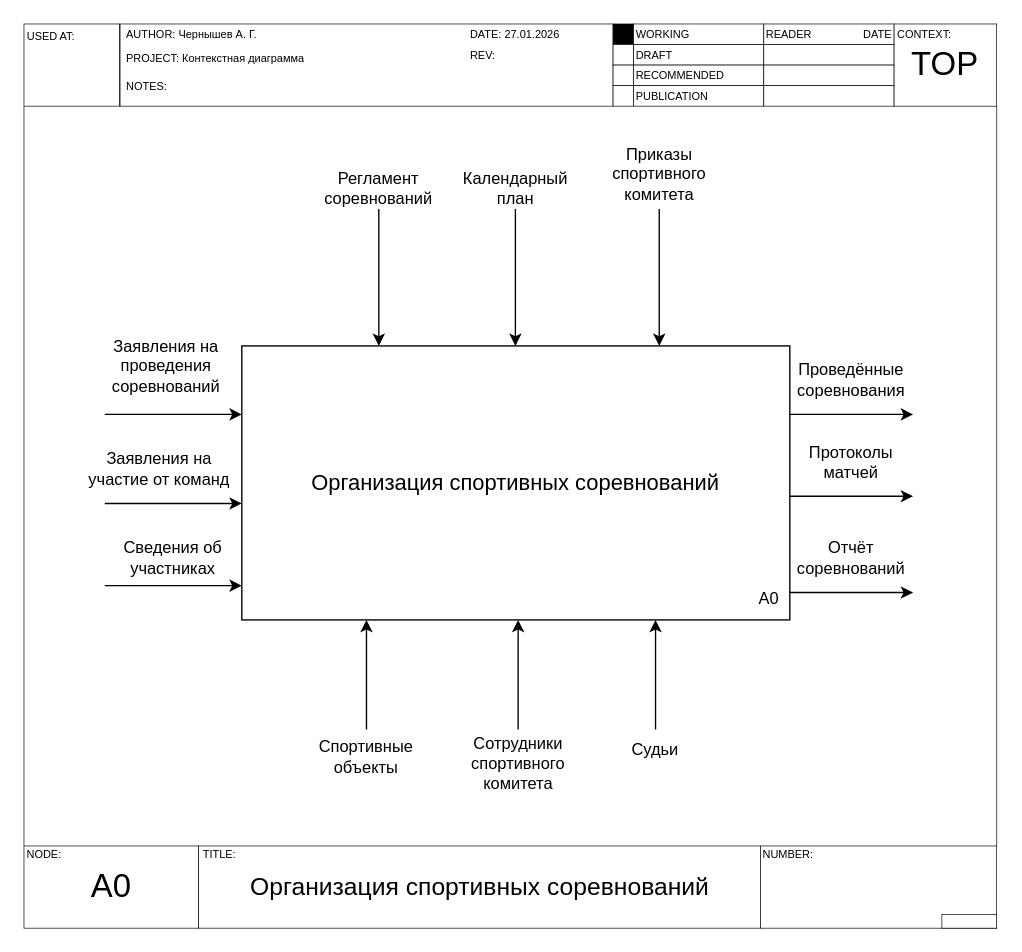
The draw.io diagram page "Контекстная" (1 of 9) of Диаграммы ИС «Спортивный комитет».drawio in antonch985/Education, before the edit. Source tidied: cells renumbered, new cells numbered last; positions are measured from the earlier drawing's top-left corner, leaving out a move shared by most shapes. Both pictures are drawn from the tidied source at 137%, with x=0, y=0 at pixel (23, 23).
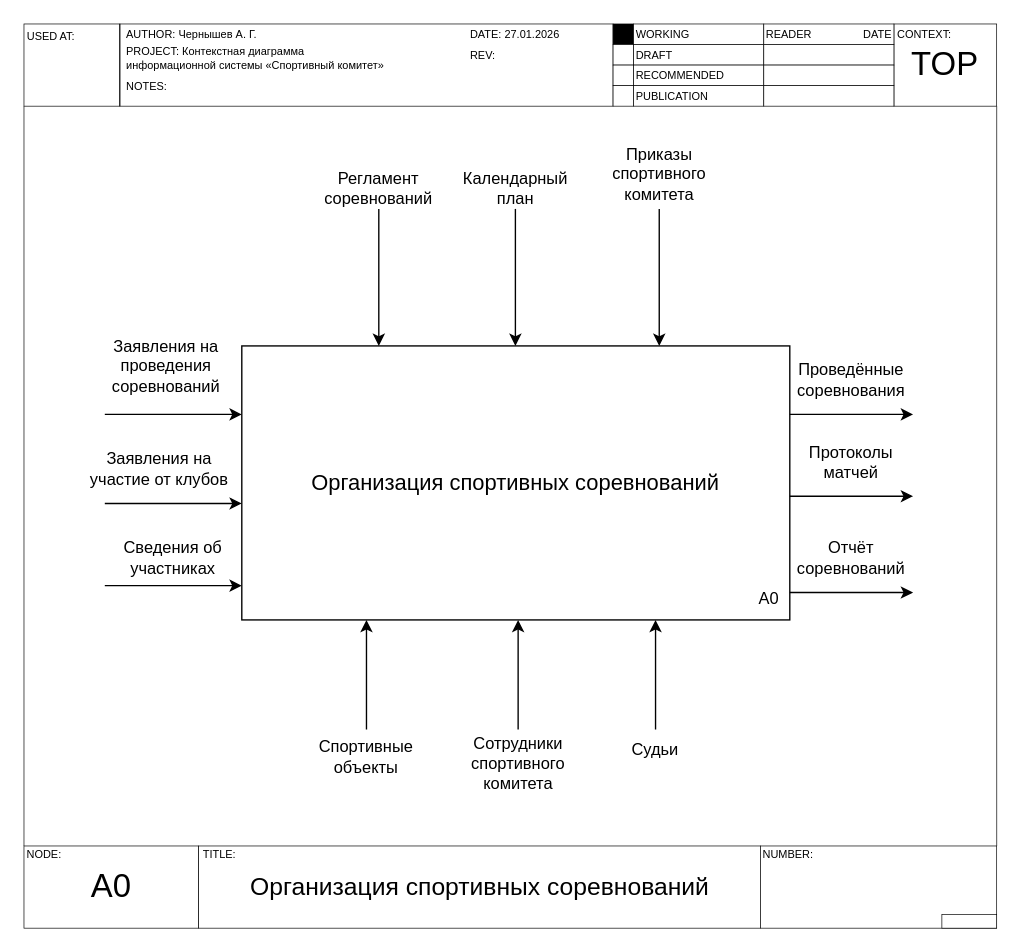
The same diagram, later.

Diff of the diagram source:
```diff
@@
-    <mxCell id="14" value="Заявления на участие от команд" style="text;html=1;align=center;verticalAlign=middle;whiteSpace=wrap;rounded=0;" parent="1" vertex="1">
+    <mxCell id="14" value="Заявления на участие от клубов" style="text;html=1;align=center;verticalAlign=middle;whiteSpace=wrap;rounded=0;" parent="1" vertex="1">
       <mxGeometry x="39" y="310" width="120" height="30" as="geometry" />
     </mxCell>
@@
-    <mxCell id="37" value="&lt;span&gt;PROJECT: Контекстная диаграмма&lt;/span&gt;" style="text;html=1;whiteSpace=wrap;strokeColor=none;fillColor=none;align=left;verticalAlign=middle;rounded=0;strokeWidth=0.5;fontSize=8;" parent="1" vertex="1">
-      <mxGeometry x="72.5" y="20" width="187.5" height="10" as="geometry" />
+    <mxCell id="37" value="&lt;span&gt;PROJECT: Контекстная диаграмма информационной системы «Спортивный комитет»&lt;/span&gt;" style="text;html=1;whiteSpace=wrap;strokeColor=none;fillColor=none;align=left;verticalAlign=middle;rounded=0;strokeWidth=0.5;fontSize=8;" parent="1" vertex="1">
+      <mxGeometry x="72.5" y="15" width="197.5" height="20" as="geometry" />
     </mxCell>
```
